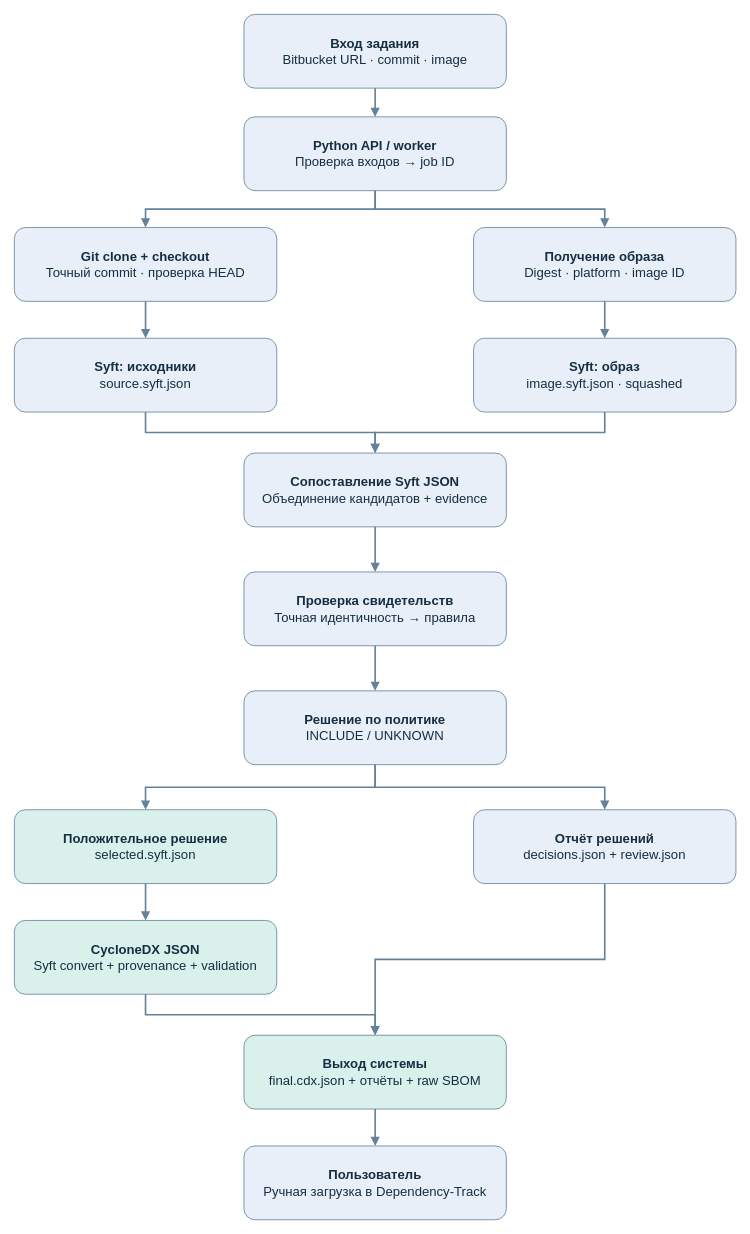
This is page "01 Поток системы" (1 of 2) of docs/system-workflow.drawio from prince174/sbom_creator, a draw.io file, before an edit. Source tidied: cells renumbered, new cells numbered last; positions are measured from the earlier drawing's top-left corner, leaving out a move shared by most shapes. Both pictures are drawn from the tidied source at 82%, with x=0, y=0 at pixel (14, 14).
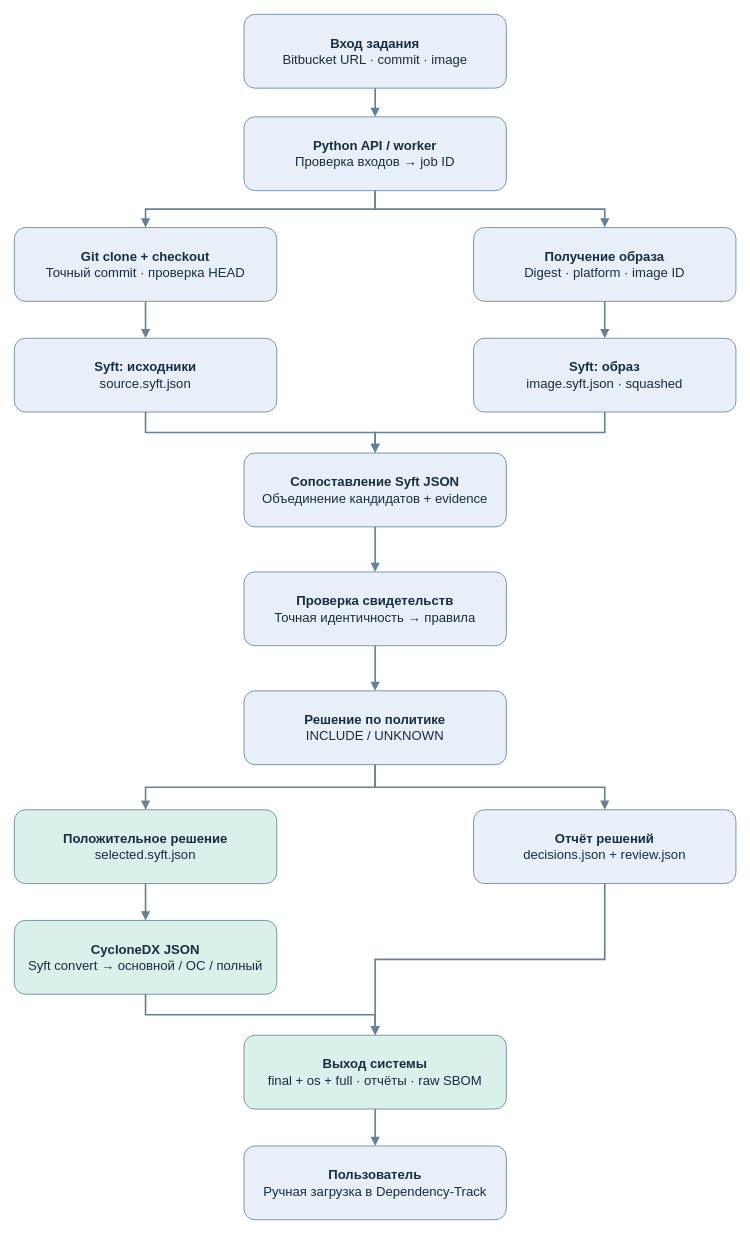
The same page after the edit.

What changed in the source:
```diff
@@
-    <mxCell id="13" value="&lt;b&gt;CycloneDX JSON&lt;/b&gt;&lt;br&gt;Syft convert + provenance + validation" style="rounded=1;whiteSpace=wrap;html=1;fillColor=#d9f0eb;strokeColor=#64829a;fontColor=#152e43;fontSize=16;spacing=10;" parent="1" vertex="1">
+    <mxCell id="13" value="&lt;b&gt;CycloneDX JSON&lt;/b&gt;&lt;br&gt;Syft convert → основной / ОС / полный" style="rounded=1;whiteSpace=wrap;html=1;fillColor=#d9f0eb;strokeColor=#64829a;fontColor=#152e43;fontSize=16;spacing=10;" parent="1" vertex="1">
       <mxGeometry y="1105" width="320" height="90" as="geometry" />
     </mxCell>
-    <mxCell id="14" value="&lt;b&gt;Выход системы&lt;/b&gt;&lt;br&gt;final.cdx.json + отчёты + raw SBOM" style="rounded=1;whiteSpace=wrap;html=1;fillColor=#d9f0eb;strokeColor=#64829a;fontColor=#152e43;fontSize=16;spacing=10;" parent="1" vertex="1">
+    <mxCell id="14" value="&lt;b&gt;Выход системы&lt;/b&gt;&lt;br&gt;final + os + full · отчёты · raw SBOM" style="rounded=1;whiteSpace=wrap;html=1;fillColor=#d9f0eb;strokeColor=#64829a;fontColor=#152e43;fontSize=16;spacing=10;" parent="1" vertex="1">
       <mxGeometry x="280" y="1245" width="320" height="90" as="geometry" />
     </mxCell>
```
